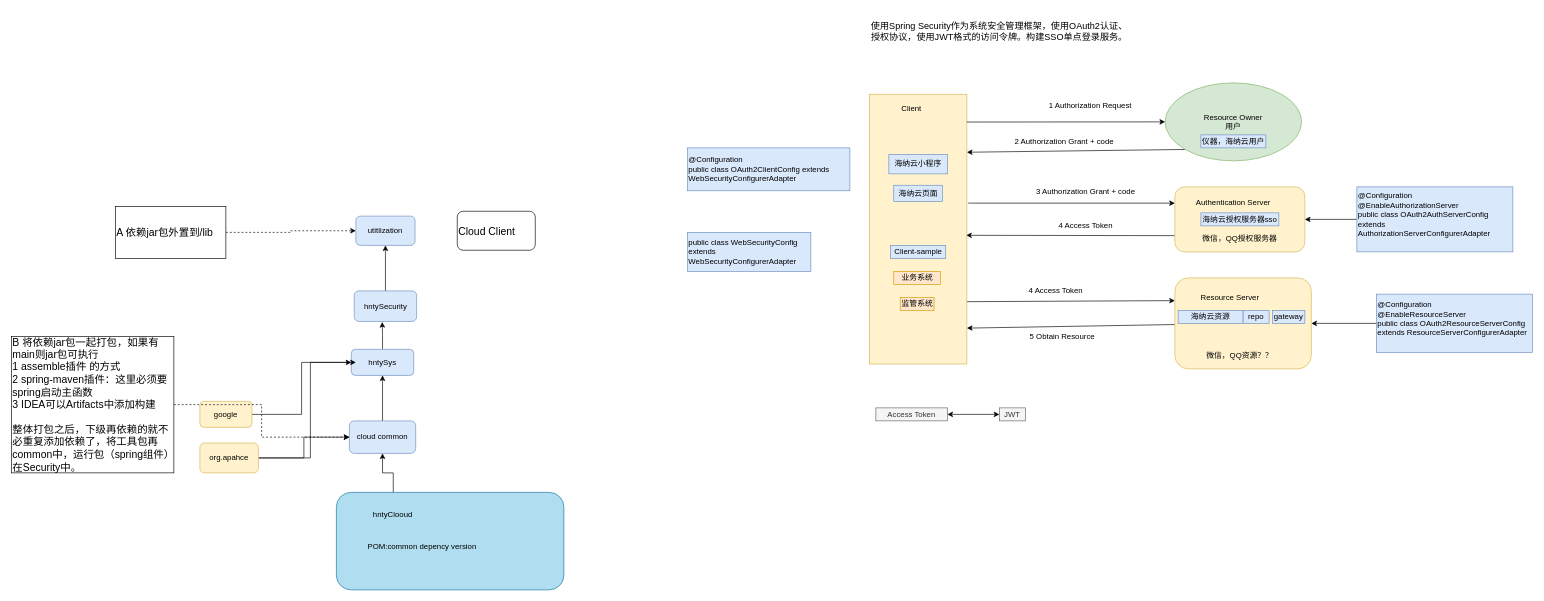
Before: sso-security.drawio in lzdong0714/note, a draw.io diagram. Source tidied: cells renumbered, new cells numbered last; positions are measured from the earlier drawing's top-left corner, leaving out a move shared by most shapes. Both pictures are drawn from the tidied source at 65%, with x=0, y=0 at pixel (11, 11).
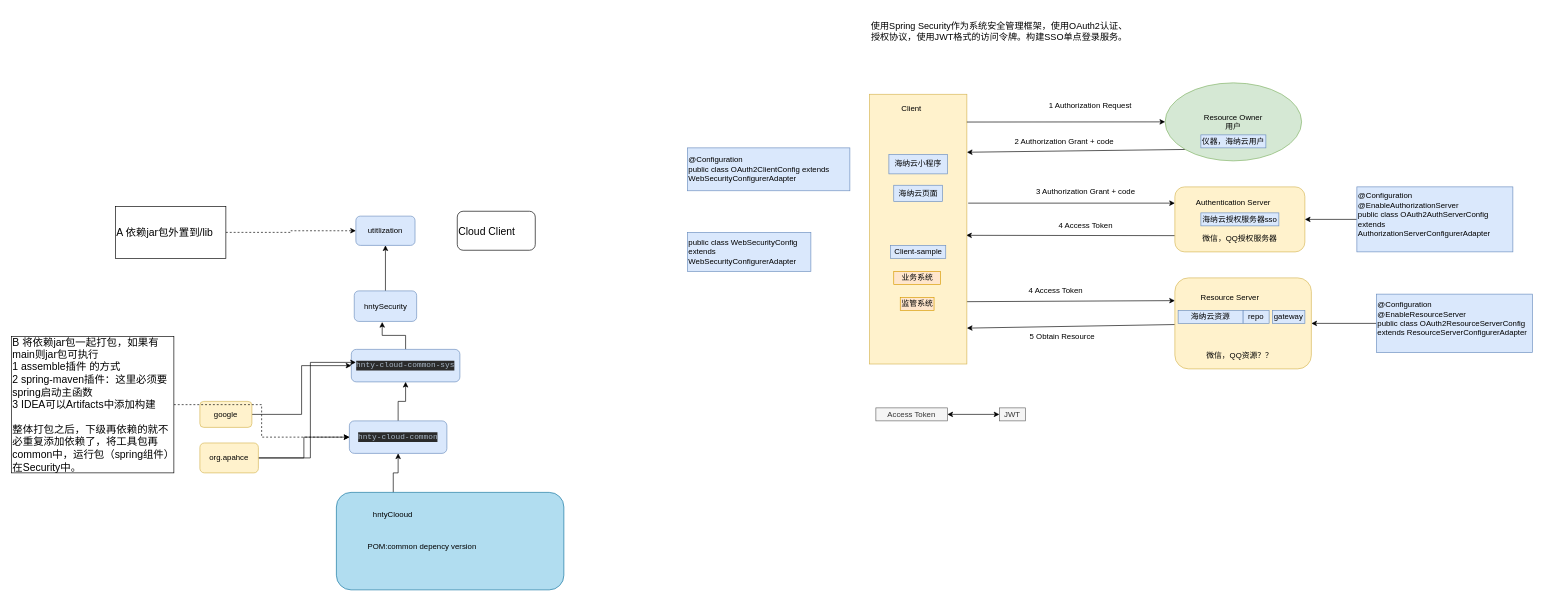
The same diagram, later.

Diff of the diagram source:
```diff
@@
-    <mxCell id="51" value="hntySys" style="rounded=1;whiteSpace=wrap;html=1;fillColor=#dae8fc;strokeColor=#6c8ebf;" parent="1" vertex="1">
-      <mxGeometry x="523" y="520" width="96" height="40" as="geometry" />
+    <mxCell id="51" value="&lt;pre style=&quot;background-color: #2b2b2b ; color: #a9b7c6 ; font-family: &amp;#34;consolas&amp;#34; ; font-size: 9.0pt&quot;&gt;hnty-cloud-common-sys&lt;/pre&gt;" style="rounded=1;whiteSpace=wrap;html=1;fillColor=#dae8fc;strokeColor=#6c8ebf;" parent="1" vertex="1">
+      <mxGeometry x="523" y="520" width="167" height="50" as="geometry" />
     </mxCell>
@@
-    <mxCell id="53" value="cloud common" style="rounded=1;whiteSpace=wrap;html=1;fillColor=#dae8fc;strokeColor=#6c8ebf;" parent="1" vertex="1">
-      <mxGeometry x="520" y="630" width="102" height="50" as="geometry" />
+    <mxCell id="53" value="&lt;pre style=&quot;background-color: #2b2b2b ; color: #a9b7c6 ; font-family: &amp;#34;consolas&amp;#34; ; font-size: 9.0pt&quot;&gt;hnty-cloud-common&lt;/pre&gt;" style="rounded=1;whiteSpace=wrap;html=1;fillColor=#dae8fc;strokeColor=#6c8ebf;" parent="1" vertex="1">
+      <mxGeometry x="520" y="630" width="150" height="50" as="geometry" />
     </mxCell>
```
